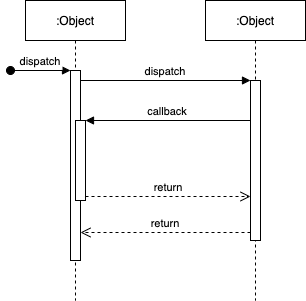
Before: zDifferent/SC/Translation.drawio.png, a diagram exported from draw.io (smitbmx/Architecture-Diagrams). Source tidied: cells renumbered, new cells last; positions are measured from the earlier drawing's top-left corner, leaving out a move shared by most shapes.
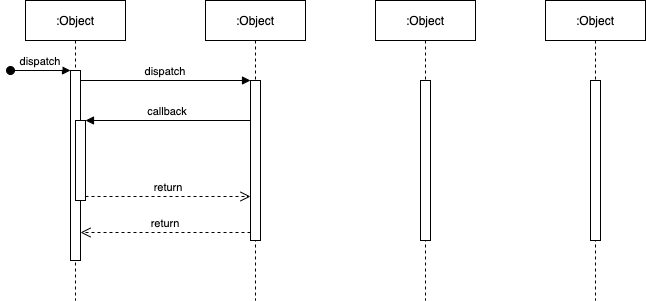
The same diagram one commit later.

Change to the diagram source:
```diff
@@ -34,5 +34,17 @@
     <mxCell id="11" value="return" style="verticalAlign=bottom;endArrow=open;dashed=1;endSize=8;exitX=1;exitY=0.95;shadow=0;strokeWidth=1;" parent="1" edge="1" source="5" target="7">
       <mxGeometry relative="1" as="geometry" />
     </mxCell>
+    <mxCell id="12" value=":Object" style="shape=umlLifeline;perimeter=lifelinePerimeter;rounded=0;shadow=0;strokeWidth=1;" parent="1" vertex="1">
+      <mxGeometry x="365" width="100" height="300" as="geometry" />
+    </mxCell>
+    <mxCell id="13" style="perimeter=orthogonalPerimeter;rounded=0;shadow=0;strokeWidth=1;" parent="12" vertex="1">
+      <mxGeometry x="45" y="80" width="10" height="160" as="geometry" />
+    </mxCell>
+    <mxCell id="14" value=":Object" style="shape=umlLifeline;perimeter=lifelinePerimeter;rounded=0;shadow=0;strokeWidth=1;" parent="1" vertex="1">
+      <mxGeometry x="535" width="100" height="300" as="geometry" />
+    </mxCell>
+    <mxCell id="15" style="perimeter=orthogonalPerimeter;rounded=0;shadow=0;strokeWidth=1;" parent="14" vertex="1">
+      <mxGeometry x="45" y="80" width="10" height="160" as="geometry" />
+    </mxCell>
   </root>
 </mxGraphModel>
```
